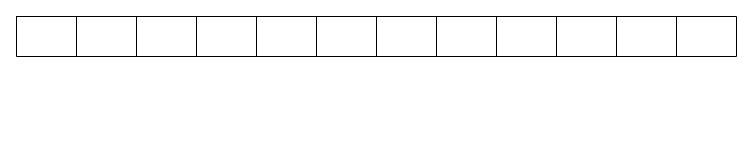
The draw.io diagram 未命名绘图.drawio in MrCurtain/C-CppLearning, before the edit. Source tidied: cells renumbered, new cells numbered last; positions are measured from the earlier drawing's top-left corner, leaving out a move shared by most shapes. Both pictures are drawn from the tidied source at 100%, with x=0, y=0 at pixel (16, 16).
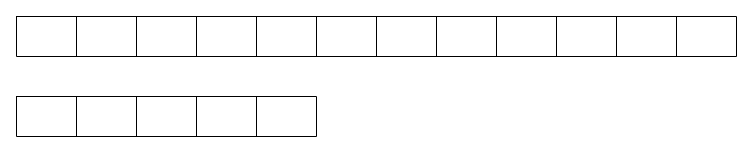
Above is the later version.

Commit message (it also covers changes not shown here):
更新未命名绘图.drawio

What changed in the source:
```diff
@@
+    <mxCell id="16" style="shape=table;startSize=0;childLayout=tableLayout;" parent="1" vertex="1">
+      <mxGeometry y="80" width="300" height="40" as="geometry" />
+    </mxCell>
+    <mxCell id="17" style="shape=tableRow;horizontal=0;startSize=0;swimlaneHead=0;swimlaneBody=0;strokeColor=inherit;top=0;left=0;bottom=0;right=0;fillColor=none;" parent="16" vertex="1">
+      <mxGeometry width="300" height="40" as="geometry" />
+    </mxCell>
+    <mxCell id="18" style="shape=partialRectangle;html=1;whiteSpace=wrap;strokeColor=inherit;overflow=hidden;fillColor=none;top=0;left=0;bottom=0;right=0;" parent="17" vertex="1">
+      <mxGeometry width="60" height="40" as="geometry" />
+    </mxCell>
+    <mxCell id="19" style="shape=partialRectangle;html=1;whiteSpace=wrap;strokeColor=inherit;overflow=hidden;fillColor=none;top=0;left=0;bottom=0;right=0;" parent="17" vertex="1">
+      <mxGeometry x="60" width="60" height="40" as="geometry" />
+    </mxCell>
+    <mxCell id="20" style="shape=partialRectangle;html=1;whiteSpace=wrap;strokeColor=inherit;overflow=hidden;fillColor=none;top=0;left=0;bottom=0;right=0;" parent="17" vertex="1">
+      <mxGeometry x="120" width="60" height="40" as="geometry" />
+    </mxCell>
+    <mxCell id="21" style="shape=partialRectangle;html=1;whiteSpace=wrap;strokeColor=inherit;overflow=hidden;fillColor=none;top=0;left=0;bottom=0;right=0;" parent="17" vertex="1">
+      <mxGeometry x="180" width="60" height="40" as="geometry" />
+    </mxCell>
+    <mxCell id="22" style="shape=partialRectangle;html=1;whiteSpace=wrap;strokeColor=inherit;overflow=hidden;fillColor=none;top=0;left=0;bottom=0;right=0;" parent="17" vertex="1">
+      <mxGeometry x="240" width="60" height="40" as="geometry" />
+    </mxCell>
```
